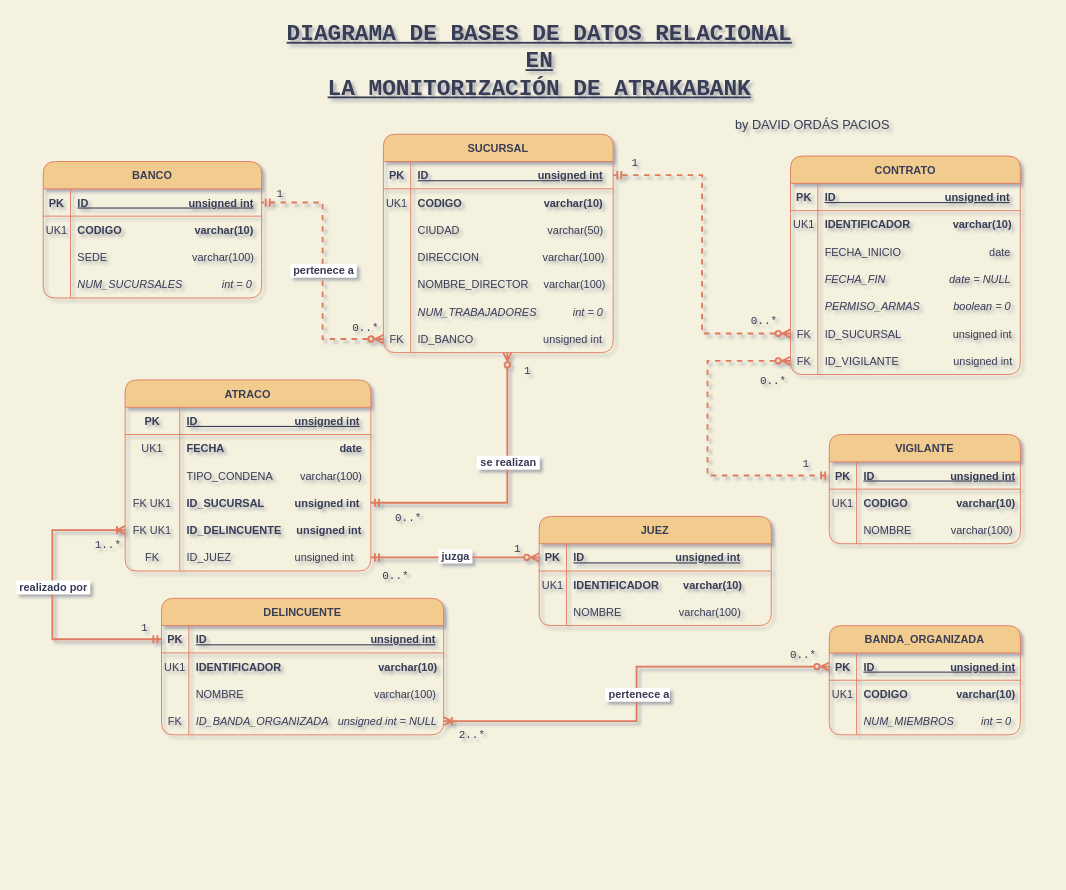
Above: page "Diagrama BBDD" (2 of 3) of diagrams/atrakabank.drawio in davorpa/atrakabank-jpa-hibernate-console (draw.io), before the change. Source tidied: cells renumbered, new cells numbered last; positions are measured from the earlier drawing's top-left corner, leaving out a move shared by most shapes. Both pictures are drawn from the tidied source at 91%, with x=0, y=0 at pixel (43, 15).
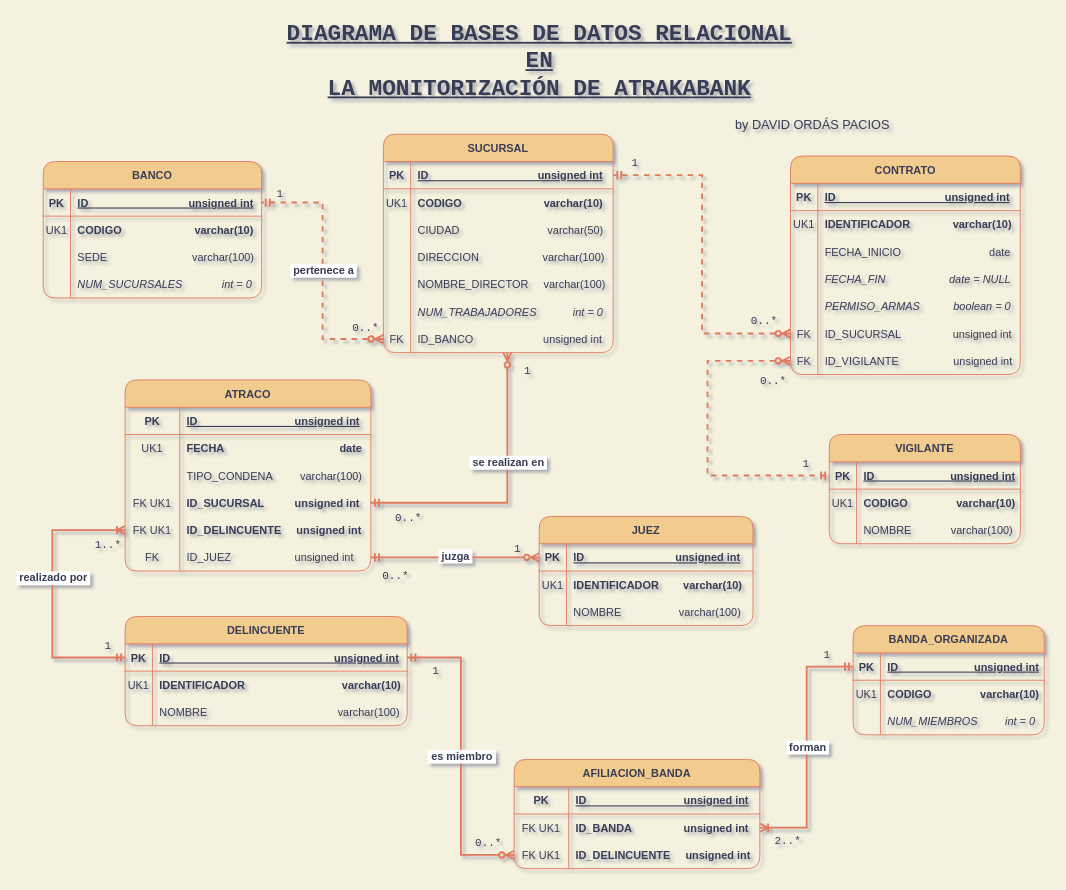
The same diagram, later.

The change refers to these unchanged cells:
```xml
<mxCell id="90" style="shape=tableRow;horizontal=0;startSize=0;swimlaneHead=0;swimlaneBody=0;fillColor=none;points=[[0,0.5],[1,0.5]];portConstraint=eastwest;top=0;left=0;right=0;bottom=1;labelBackgroundColor=none;fontSize=12;strokeColor=#E07A5F;fontColor=#393C56;rounded=1;" parent="89" vertex="1">
  <mxGeometry y="30" width="310" height="30" as="geometry" />
</mxCell>
<mxCell id="103" style="shape=tableRow;horizontal=0;startSize=0;swimlaneHead=0;swimlaneBody=0;fillColor=none;points=[[0,0.5],[1,0.5]];portConstraint=eastwest;top=0;left=0;right=0;bottom=1;labelBackgroundColor=none;fontSize=12;strokeColor=#E07A5F;fontColor=#393C56;rounded=1;" parent="102" vertex="1">
  <mxGeometry y="30" width="210" height="30" as="geometry" />
</mxCell>
<mxCell id="112" style="endArrow=ERzeroToMany;html=1;rounded=0;edgeStyle=elbowEdgeStyle;labelBackgroundColor=#F4F1DE;strokeColor=#E07A5F;fontColor=#393C56;strokeWidth=2;startArrow=ERmandOne;startFill=0;endFill=0;exitX=1;exitY=0.5;exitDx=0;exitDy=0;" parent="1" edge="1" source="126" target="32">
  <mxGeometry relative="1" as="geometry">
    <Array as="points">
      <mxPoint x="510" y="450" />
      <mxPoint x="590" y="450" />
      <mxPoint x="570" y="440" />
    </Array>
  </mxGeometry>
</mxCell>
```

What changed in the source:
```diff
@@
-    <mxCell id="15" style="endArrow=ERzeroToMany;html=1;rounded=0;edgeStyle=elbowEdgeStyle;labelBackgroundColor=#F4F1DE;strokeColor=#E07A5F;fontColor=#393C56;strokeWidth=2;startArrow=ERoneToMany;startFill=0;endFill=0;entryX=0;entryY=0.5;entryDx=0;entryDy=0;" parent="1" edge="1" source="99" target="103">
+    <mxCell id="15" style="endArrow=ERzeroToMany;html=1;rounded=0;edgeStyle=elbowEdgeStyle;labelBackgroundColor=#F4F1DE;strokeColor=#E07A5F;fontColor=#393C56;strokeWidth=2;startArrow=ERmandOne;startFill=0;endFill=0;entryX=0;entryY=0.5;entryDx=0;entryDy=0;exitX=1;exitY=0.5;exitDx=0;exitDy=0;" parent="1" edge="1" source="90" target="156">
       <mxGeometry relative="1" as="geometry" />
     </mxCell>
-    <mxCell id="16" value="&amp;nbsp;pertenece a" style="edgeLabel;html=1;align=center;verticalAlign=middle;dashed=1;dashPattern=1 1;strokeWidth=3;labelBackgroundColor=default;fontColor=#393C56;fontSize=12;fontStyle=1;" parent="15" vertex="1">
+    <mxCell id="16" value="&amp;nbsp;es miembro&amp;nbsp;" style="edgeLabel;html=1;align=center;verticalAlign=middle;dashed=1;dashPattern=1 1;strokeWidth=3;labelBackgroundColor=default;fontColor=#393C56;fontSize=12;fontStyle=1;" parent="15" vertex="1">
       <mxGeometry relative="1" as="geometry" />
     </mxCell>
-    <mxCell id="17" value="&amp;nbsp;2..*&amp;nbsp;" style="edgeLabel;html=1;align=center;verticalAlign=bottom;dashed=1;dashPattern=1 1;strokeWidth=3;labelBackgroundColor=none;fontColor=#393C56;fontSize=12;fontFamily=Courier New;" parent="15" vertex="1">
+    <mxCell id="17" value="&amp;nbsp;1&amp;nbsp;" style="edgeLabel;html=1;align=center;verticalAlign=bottom;dashed=1;dashPattern=1 1;strokeWidth=3;labelBackgroundColor=none;fontColor=#393C56;fontSize=12;fontFamily=Courier New;" parent="15" vertex="1">
       <mxGeometry x="-1" relative="1" as="geometry">
         <mxPoint x="30" y="24" as="offset" />
       </mxGeometry>
     </mxCell>
@@
     <mxCell id="89" value="DELINCUENTE" style="shape=table;startSize=30;childLayout=tableLayout;rowLines=0;fontStyle=1;align=center;labelBackgroundColor=none;fontSize=12;fillColor=#F2CC8F;strokeColor=#E07A5F;fontColor=#393C56;rounded=1;" parent="1" vertex="1">
-      <mxGeometry x="130" y="640" width="310" height="150" as="geometry" />
+      <mxGeometry x="90" y="660" width="310" height="120" as="geometry" />
     </mxCell>
@@
-    <mxCell id="99" style="shape=tableRow;horizontal=0;startSize=0;swimlaneHead=0;swimlaneBody=0;fillColor=none;points=[[0,0.5],[1,0.5]];portConstraint=eastwest;top=0;left=0;right=0;bottom=0;rounded=0;sketch=0;fontColor=#393C56;strokeColor=#E07A5F;" parent="89" vertex="1">
-      <mxGeometry y="120" width="310" height="30" as="geometry" />
-    </mxCell>
-    <mxCell id="100" value="FK" style="shape=partialRectangle;fillColor=none;top=0;left=0;bottom=0;right=0;fontStyle=0;overflow=hidden;rounded=0;sketch=0;fontColor=#393C56;strokeColor=#E07A5F;" parent="99" vertex="1">
-      <mxGeometry width="30" height="30" as="geometry" />
-    </mxCell>
-    <mxCell id="101" value="ID_BANDA_ORGANIZADA   unsigned int = NULL" style="shape=partialRectangle;fillColor=none;top=0;left=0;bottom=0;right=0;align=left;spacingLeft=6;fontStyle=2;overflow=hidden;rounded=0;sketch=0;fontColor=#393C56;strokeColor=#E07A5F;" parent="99" vertex="1">
-      <mxGeometry x="30" width="280" height="30" as="geometry" />
-    </mxCell>
     <mxCell id="102" value="BANDA_ORGANIZADA" style="shape=table;startSize=30;childLayout=tableLayout;rowLines=0;fontStyle=1;align=center;labelBackgroundColor=none;fontSize=12;fillColor=#F2CC8F;strokeColor=#E07A5F;fontColor=#393C56;rounded=1;" parent="1" vertex="1">
-      <mxGeometry x="863.8" y="670" width="210" height="120" as="geometry" />
+      <mxGeometry x="890" y="670" width="210" height="120" as="geometry" />
     </mxCell>
@@
-    <mxCell id="113" value="&amp;nbsp;se realizan&amp;nbsp;" style="edgeLabel;html=1;align=center;verticalAlign=middle;dashed=1;dashPattern=1 1;strokeWidth=3;labelBackgroundColor=default;fontColor=#393C56;fontSize=12;fontStyle=1;" parent="112" vertex="1">
+    <mxCell id="113" value="&amp;nbsp;se realizan en&amp;nbsp;" style="edgeLabel;html=1;align=center;verticalAlign=middle;dashed=1;dashPattern=1 1;strokeWidth=3;labelBackgroundColor=default;fontColor=#393C56;fontSize=12;fontStyle=1;" parent="112" vertex="1">
       <mxGeometry relative="1" as="geometry">
         <mxPoint y="-37" as="offset" />
       </mxGeometry>
     </mxCell>
@@
     <mxCell id="135" value="JUEZ" style="shape=table;startSize=30;childLayout=tableLayout;rowLines=0;fontStyle=1;align=center;labelBackgroundColor=none;fontSize=12;fillColor=#F2CC8F;strokeColor=#E07A5F;fontColor=#393C56;rounded=1;" parent="1" vertex="1">
-      <mxGeometry x="545" y="550" width="255" height="120" as="geometry" />
+      <mxGeometry x="545" y="550" width="235" height="120" as="geometry" />
     </mxCell>
     <mxCell id="136" style="shape=tableRow;horizontal=0;startSize=0;swimlaneHead=0;swimlaneBody=0;fillColor=none;points=[[0,0.5],[1,0.5]];portConstraint=eastwest;top=0;left=0;right=0;bottom=1;labelBackgroundColor=none;fontSize=12;strokeColor=#E07A5F;fontColor=#393C56;rounded=1;" parent="135" vertex="1">
-      <mxGeometry y="30" width="255" height="30" as="geometry" />
+      <mxGeometry y="30" width="235" height="30" as="geometry" />
     </mxCell>
@@
     <mxCell id="138" value="ID                              unsigned int" style="shape=partialRectangle;fillColor=none;top=0;left=0;bottom=0;right=0;align=left;spacingLeft=6;fontStyle=5;overflow=hidden;labelBackgroundColor=none;fontSize=12;strokeColor=#E07A5F;fontColor=#393C56;rounded=1;" parent="136" vertex="1">
-      <mxGeometry x="30" width="225" height="30" as="geometry" />
+      <mxGeometry x="30" width="205" height="30" as="geometry" />
     </mxCell>
     <mxCell id="139" style="shape=tableRow;horizontal=0;startSize=0;swimlaneHead=0;swimlaneBody=0;fillColor=none;top=0;left=0;right=0;bottom=0;labelBackgroundColor=none;fontSize=12;strokeColor=#E07A5F;fontColor=#393C56;fontStyle=1;rounded=1;" parent="135" vertex="1">
-      <mxGeometry y="60" width="255" height="30" as="geometry" />
+      <mxGeometry y="60" width="235" height="30" as="geometry" />
     </mxCell>
@@
     <mxCell id="141" value="IDENTIFICADOR        varchar(10)" style="shape=partialRectangle;fillColor=none;top=0;left=0;bottom=0;right=0;align=left;spacingLeft=6;overflow=hidden;labelBackgroundColor=none;fontSize=12;strokeColor=#E07A5F;fontColor=#393C56;fontStyle=1;rounded=1;" parent="139" vertex="1">
-      <mxGeometry x="30" width="225" height="30" as="geometry" />
+      <mxGeometry x="30" width="205" height="30" as="geometry" />
     </mxCell>
     <mxCell id="142" style="shape=tableRow;horizontal=0;startSize=0;swimlaneHead=0;swimlaneBody=0;fillColor=none;top=0;left=0;right=0;bottom=0;labelBackgroundColor=none;fontSize=12;strokeColor=#E07A5F;fontColor=#393C56;rounded=1;" parent="135" vertex="1">
-      <mxGeometry y="90" width="255" height="30" as="geometry" />
+      <mxGeometry y="90" width="235" height="30" as="geometry" />
     </mxCell>
@@
     <mxCell id="144" value="NOMBRE                   varchar(100)" style="shape=partialRectangle;fillColor=none;top=0;left=0;bottom=0;right=0;align=left;spacingLeft=6;overflow=hidden;labelBackgroundColor=none;fontSize=12;strokeColor=#E07A5F;fontColor=#393C56;rounded=1;" parent="142" vertex="1">
-      <mxGeometry x="30" width="225" height="30" as="geometry" />
+      <mxGeometry x="30" width="205" height="30" as="geometry" />
     </mxCell>
@@
+    <mxCell id="149" value="AFILIACION_BANDA" style="shape=table;startSize=30;childLayout=tableLayout;rowLines=0;fontStyle=1;align=center;labelBackgroundColor=none;fontSize=12;fillColor=#F2CC8F;strokeColor=#E07A5F;fontColor=#393C56;rounded=1;" parent="1" vertex="1">
+      <mxGeometry x="517.5" y="817" width="270" height="120" as="geometry" />
+    </mxCell>
+    <mxCell id="150" style="shape=tableRow;horizontal=0;startSize=0;swimlaneHead=0;swimlaneBody=0;fillColor=none;top=0;left=0;right=0;bottom=1;labelBackgroundColor=none;fontSize=12;strokeColor=#E07A5F;fontColor=#393C56;rounded=1;" parent="149" vertex="1">
+      <mxGeometry y="30" width="270" height="30" as="geometry" />
+    </mxCell>
+    <mxCell id="151" value="PK" style="shape=partialRectangle;fillColor=none;top=0;left=0;bottom=0;right=0;fontStyle=1;overflow=hidden;labelBackgroundColor=none;fontSize=12;strokeColor=#E07A5F;fontColor=#393C56;rounded=1;" parent="150" vertex="1">
+      <mxGeometry width="60" height="30" as="geometry" />
+    </mxCell>
+    <mxCell id="152" value="ID                                unsigned int" style="shape=partialRectangle;fillColor=none;top=0;left=0;bottom=0;right=0;align=left;spacingLeft=6;fontStyle=5;overflow=hidden;labelBackgroundColor=none;fontSize=12;strokeColor=#E07A5F;fontColor=#393C56;rounded=1;" parent="150" vertex="1">
+      <mxGeometry x="60" width="210" height="30" as="geometry" />
+    </mxCell>
+    <mxCell id="153" style="shape=tableRow;horizontal=0;startSize=0;swimlaneHead=0;swimlaneBody=0;fillColor=none;points=[[0,0.5],[1,0.5]];portConstraint=eastwest;top=0;left=0;right=0;bottom=0;rounded=0;sketch=0;fontColor=#393C56;strokeColor=#E07A5F;" parent="149" vertex="1">
+      <mxGeometry y="60" width="270" height="30" as="geometry" />
+    </mxCell>
+    <mxCell id="154" value="FK UK1" style="shape=partialRectangle;fillColor=none;top=0;left=0;bottom=0;right=0;fontStyle=0;overflow=hidden;rounded=0;sketch=0;fontColor=#393C56;strokeColor=#E07A5F;" parent="153" vertex="1">
+      <mxGeometry width="60" height="30" as="geometry" />
+    </mxCell>
+    <mxCell id="155" value="ID_BANDA                 unsigned int" style="shape=partialRectangle;fillColor=none;top=0;left=0;bottom=0;right=0;align=left;spacingLeft=6;fontStyle=1;overflow=hidden;rounded=0;sketch=0;fontColor=#393C56;strokeColor=#E07A5F;" parent="153" vertex="1">
+      <mxGeometry x="60" width="210" height="30" as="geometry" />
+    </mxCell>
+    <mxCell id="156" style="shape=tableRow;horizontal=0;startSize=0;swimlaneHead=0;swimlaneBody=0;fillColor=none;points=[[0,0.5],[1,0.5]];portConstraint=eastwest;top=0;left=0;right=0;bottom=0;rounded=0;sketch=0;fontColor=#393C56;strokeColor=#E07A5F;" parent="149" vertex="1">
+      <mxGeometry y="90" width="270" height="30" as="geometry" />
+    </mxCell>
+    <mxCell id="157" value="FK UK1" style="shape=partialRectangle;fillColor=none;top=0;left=0;bottom=0;right=0;fontStyle=0;overflow=hidden;rounded=0;sketch=0;fontColor=#393C56;strokeColor=#E07A5F;" parent="156" vertex="1">
+      <mxGeometry width="60" height="30" as="geometry" />
+    </mxCell>
+    <mxCell id="158" value="ID_DELINCUENTE     unsigned int" style="shape=partialRectangle;fillColor=none;top=0;left=0;bottom=0;right=0;align=left;spacingLeft=6;fontStyle=1;overflow=hidden;rounded=0;sketch=0;fontColor=#393C56;strokeColor=#E07A5F;" parent="156" vertex="1">
+      <mxGeometry x="60" width="210" height="30" as="geometry" />
+    </mxCell>
+    <mxCell id="159" style="endArrow=ERmandOne;html=1;rounded=0;edgeStyle=elbowEdgeStyle;labelBackgroundColor=#F4F1DE;strokeColor=#E07A5F;fontColor=#393C56;strokeWidth=2;startArrow=ERoneToMany;startFill=0;endFill=0;" parent="1" edge="1" source="153" target="103">
+      <mxGeometry relative="1" as="geometry" />
+    </mxCell>
+    <mxCell id="160" value="&amp;nbsp;forman&amp;nbsp;" style="edgeLabel;html=1;align=center;verticalAlign=middle;dashed=1;dashPattern=1 1;strokeWidth=3;labelBackgroundColor=default;fontColor=#393C56;fontSize=12;fontStyle=1;" parent="159" vertex="1">
+      <mxGeometry relative="1" as="geometry" />
+    </mxCell>
+    <mxCell id="161" value="&amp;nbsp;2..*&amp;nbsp;" style="edgeLabel;html=1;align=center;verticalAlign=bottom;dashed=1;dashPattern=1 1;strokeWidth=3;labelBackgroundColor=none;fontColor=#393C56;fontSize=12;fontFamily=Courier New;" parent="159" vertex="1">
+      <mxGeometry x="-1" relative="1" as="geometry">
+        <mxPoint x="30" y="24" as="offset" />
+      </mxGeometry>
+    </mxCell>
+    <mxCell id="162" value="&amp;nbsp;1&amp;nbsp;" style="edgeLabel;html=1;align=center;verticalAlign=bottom;dashed=1;dashPattern=1 1;strokeWidth=3;labelBackgroundColor=none;fontColor=#393C56;fontSize=12;fontFamily=Courier New;" parent="159" vertex="1">
+      <mxGeometry x="1" relative="1" as="geometry">
+        <mxPoint x="-30" y="-4" as="offset" />
+      </mxGeometry>
+    </mxCell>
```
